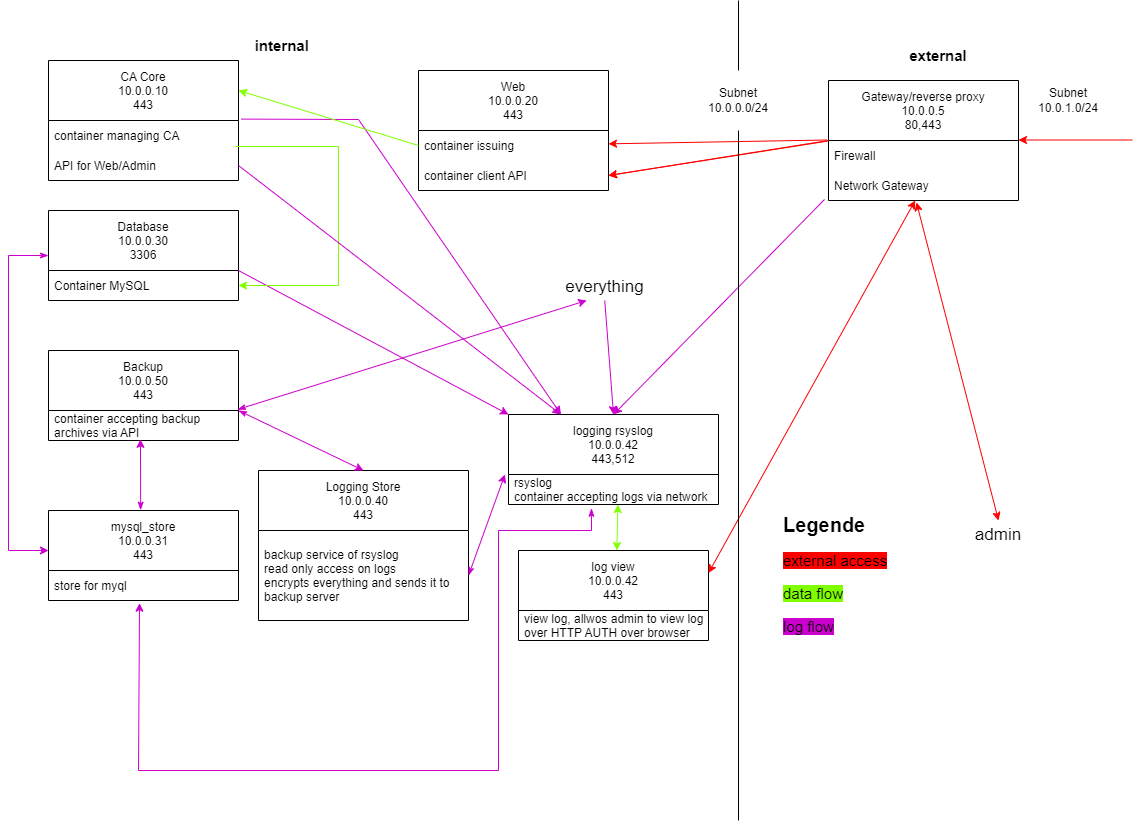
Above: network_as_lab_overview.png in tttttx2/ETH_AppliedSecurityLab (draw.io), before the change. Source tidied: cells renumbered, new cells last; positions are measured from the earlier drawing's top-left corner, leaving out a move shared by most shapes.
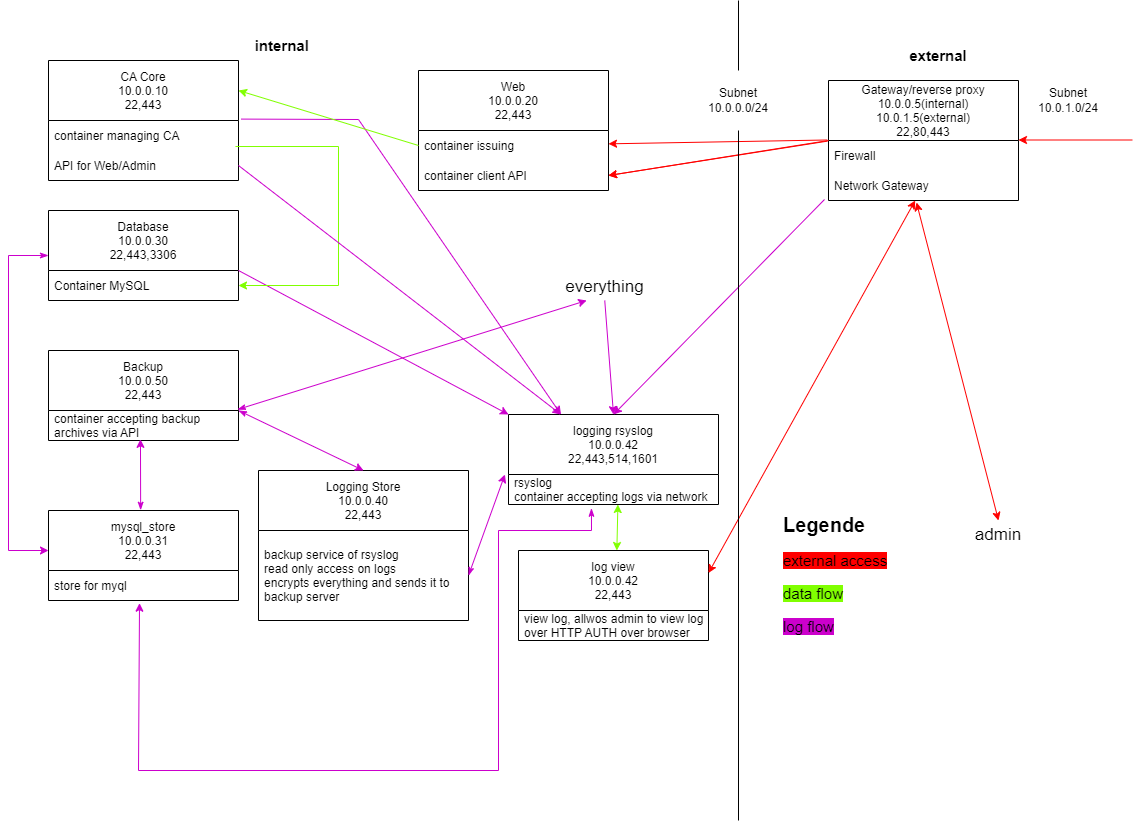
Above is the later version.

The edit, as a diff of the source:
```diff
@@ -2,7 +2,7 @@
   <root>
     <mxCell id="0" />
     <mxCell id="1" parent="0" />
-    <mxCell id="2" value="Web&#10;10.0.0.20&#10;443" style="swimlane;fontStyle=0;horizontal=1;startSize=60;" parent="1" vertex="1">
+    <mxCell id="2" value="Web&#10;10.0.0.20&#10;22,443" style="swimlane;fontStyle=0;horizontal=1;startSize=60;" parent="1" vertex="1">
       <mxGeometry x="410" y="70" width="190" height="120" as="geometry" />
     </mxCell>
     <mxCell id="3" value="container issuing" style="text;strokeColor=none;fillColor=none;align=left;verticalAlign=middle;spacingLeft=4;spacingRight=4;overflow=hidden;points=[[0,0.5],[1,0.5]];portConstraint=eastwest;" parent="2" vertex="1">
@@ -22,7 +22,7 @@
     <mxCell id="7" value="external" style="text;html=1;strokeColor=none;fillColor=none;align=center;verticalAlign=middle;whiteSpace=wrap;rounded=0;fontStyle=1;fontSize=15;" parent="1" vertex="1">
       <mxGeometry x="900" y="40" width="60" height="30" as="geometry" />
     </mxCell>
-    <mxCell id="8" value="Gateway/reverse proxy&#10;10.0.0.5&#10;80,443" style="swimlane;fontStyle=0;horizontal=1;startSize=60;" parent="1" vertex="1">
+    <mxCell id="8" value="Gateway/reverse proxy&#10;10.0.0.5(internal)&#10;10.0.1.5(external)&#10;22,80,443" style="swimlane;fontStyle=0;horizontal=1;startSize=60;" parent="1" vertex="1">
       <mxGeometry x="820" y="80" width="190" height="120" as="geometry" />
     </mxCell>
     <mxCell id="9" value="Firewall" style="text;strokeColor=none;fillColor=none;align=left;verticalAlign=middle;spacingLeft=4;spacingRight=4;overflow=hidden;points=[[0,0.5],[1,0.5]];portConstraint=eastwest;" parent="8" vertex="1">
@@ -31,19 +31,19 @@
     <mxCell id="10" value="Network Gateway" style="text;strokeColor=none;fillColor=none;align=left;verticalAlign=middle;spacingLeft=4;spacingRight=4;overflow=hidden;points=[[0,0.5],[1,0.5]];portConstraint=eastwest;" parent="8" vertex="1">
       <mxGeometry y="90" width="190" height="30" as="geometry" />
     </mxCell>
-    <mxCell id="11" value="Logging Store&#10;10.0.0.40&#10;443" style="swimlane;fontStyle=0;horizontal=1;startSize=60;" parent="1" vertex="1">
+    <mxCell id="11" value="Logging Store&#10;10.0.0.40&#10;22,443" style="swimlane;fontStyle=0;horizontal=1;startSize=60;" parent="1" vertex="1">
       <mxGeometry x="250" y="470" width="210" height="150" as="geometry" />
     </mxCell>
     <mxCell id="12" value="backup service of rsyslog&#10;read only access on logs &#10;encrypts everything and sends it to &#10;backup server" style="text;strokeColor=none;fillColor=none;align=left;verticalAlign=middle;spacingLeft=4;spacingRight=4;overflow=hidden;points=[[0,0.5],[1,0.5]];portConstraint=eastwest;" parent="11" vertex="1">
       <mxGeometry y="60" width="210" height="90" as="geometry" />
     </mxCell>
-    <mxCell id="13" value="Database&#10;10.0.0.30&#10;3306" style="swimlane;fontStyle=0;horizontal=1;startSize=60;" parent="1" vertex="1">
+    <mxCell id="13" value="Database&#10;10.0.0.30&#10;22,443,3306" style="swimlane;fontStyle=0;horizontal=1;startSize=60;" parent="1" vertex="1">
       <mxGeometry x="40" y="210" width="190" height="90" as="geometry" />
     </mxCell>
     <mxCell id="14" value="Container MySQL" style="text;strokeColor=none;fillColor=none;align=left;verticalAlign=middle;spacingLeft=4;spacingRight=4;overflow=hidden;points=[[0,0.5],[1,0.5]];portConstraint=eastwest;" parent="13" vertex="1">
       <mxGeometry y="60" width="190" height="30" as="geometry" />
     </mxCell>
-    <mxCell id="15" value="CA Core&#10;10.0.0.10&#10;443" style="swimlane;fontStyle=0;horizontal=1;startSize=60;" parent="1" vertex="1">
+    <mxCell id="15" value="CA Core&#10;10.0.0.10&#10;22,443" style="swimlane;fontStyle=0;horizontal=1;startSize=60;" parent="1" vertex="1">
       <mxGeometry x="40" y="60" width="190" height="120" as="geometry" />
     </mxCell>
     <mxCell id="16" value="container managing CA" style="text;strokeColor=none;fillColor=none;align=left;verticalAlign=middle;spacingLeft=4;spacingRight=4;overflow=hidden;points=[[0,0.5],[1,0.5]];portConstraint=eastwest;" parent="15" vertex="1">
@@ -52,13 +52,13 @@
     <mxCell id="17" value="API for Web/Admin" style="text;strokeColor=none;fillColor=none;align=left;verticalAlign=middle;spacingLeft=4;spacingRight=4;overflow=hidden;points=[[0,0.5],[1,0.5]];portConstraint=eastwest;" parent="15" vertex="1">
       <mxGeometry y="90" width="190" height="30" as="geometry" />
     </mxCell>
-    <mxCell id="18" value="Backup&#10;10.0.0.50&#10;443" style="swimlane;fontStyle=0;horizontal=1;startSize=60;" parent="1" vertex="1">
+    <mxCell id="18" value="Backup&#10;10.0.0.50&#10;22,443" style="swimlane;fontStyle=0;horizontal=1;startSize=60;" parent="1" vertex="1">
       <mxGeometry x="40" y="350" width="190" height="90" as="geometry" />
     </mxCell>
     <mxCell id="19" value="container accepting backup&#10;archives via API" style="text;strokeColor=none;fillColor=none;align=left;verticalAlign=middle;spacingLeft=4;spacingRight=4;overflow=hidden;points=[[0,0.5],[1,0.5]];portConstraint=eastwest;" parent="18" vertex="1">
       <mxGeometry y="60" width="190" height="30" as="geometry" />
     </mxCell>
-    <mxCell id="20" value="logging rsyslog&#10;10.0.0.42&#10;443,512" style="swimlane;fontStyle=0;horizontal=1;startSize=60;" parent="1" vertex="1">
+    <mxCell id="20" value="logging rsyslog&#10;10.0.0.42&#10;22,443,514,1601" style="swimlane;fontStyle=0;horizontal=1;startSize=60;" parent="1" vertex="1">
       <mxGeometry x="500" y="414" width="210" height="90" as="geometry" />
     </mxCell>
     <mxCell id="21" value="rsyslog&#10;container accepting logs via network " style="text;strokeColor=none;fillColor=none;align=left;verticalAlign=middle;spacingLeft=4;spacingRight=4;overflow=hidden;points=[[0,0.5],[1,0.5]];portConstraint=eastwest;" parent="20" vertex="1">
@@ -69,7 +69,7 @@
         <mxPoint x="108.3" y="136" as="targetPoint" />
       </mxGeometry>
     </mxCell>
-    <mxCell id="23" value="log view&#10;10.0.0.42&#10;443" style="swimlane;fontStyle=0;horizontal=1;startSize=60;" parent="1" vertex="1">
+    <mxCell id="23" value="log view&#10;10.0.0.42&#10;22,443" style="swimlane;fontStyle=0;horizontal=1;startSize=60;" parent="1" vertex="1">
       <mxGeometry x="510" y="550" width="190" height="90" as="geometry" />
     </mxCell>
     <mxCell id="24" value="view log, allwos admin to view log&#10;over HTTP AUTH over browser" style="text;strokeColor=none;fillColor=none;align=left;verticalAlign=middle;spacingLeft=4;spacingRight=4;overflow=hidden;" parent="23" vertex="1">
@@ -152,7 +152,7 @@
     <mxCell id="43" style="endArrow=classic;html=1;rounded=0;labelBackgroundColor=#FF0000;labelBorderColor=#FF0000;fontSize=20;fontColor=#FF3333;strokeColor=#CC00CC;entryX=0.25;entryY=1;entryDx=0;entryDy=0;startArrow=classicThin;startFill=1;exitX=0.995;exitY=-0.033;exitDx=0;exitDy=0;exitPerimeter=0;" parent="1" edge="1" source="19" target="36">
       <mxGeometry relative="1" as="geometry" />
     </mxCell>
-    <mxCell id="44" value="mysql_store&#10;10.0.0.31&#10;443" style="swimlane;fontStyle=0;horizontal=1;startSize=60;" parent="1" vertex="1">
+    <mxCell id="44" value="mysql_store&#10;10.0.0.31&#10;22,443" style="swimlane;fontStyle=0;horizontal=1;startSize=60;" parent="1" vertex="1">
       <mxGeometry x="40" y="510" width="190" height="90" as="geometry" />
     </mxCell>
     <mxCell id="45" value="store for myql" style="text;strokeColor=none;fillColor=none;align=left;verticalAlign=middle;spacingLeft=4;spacingRight=4;overflow=hidden;points=[[0,0.5],[1,0.5]];portConstraint=eastwest;" parent="44" vertex="1">
```
